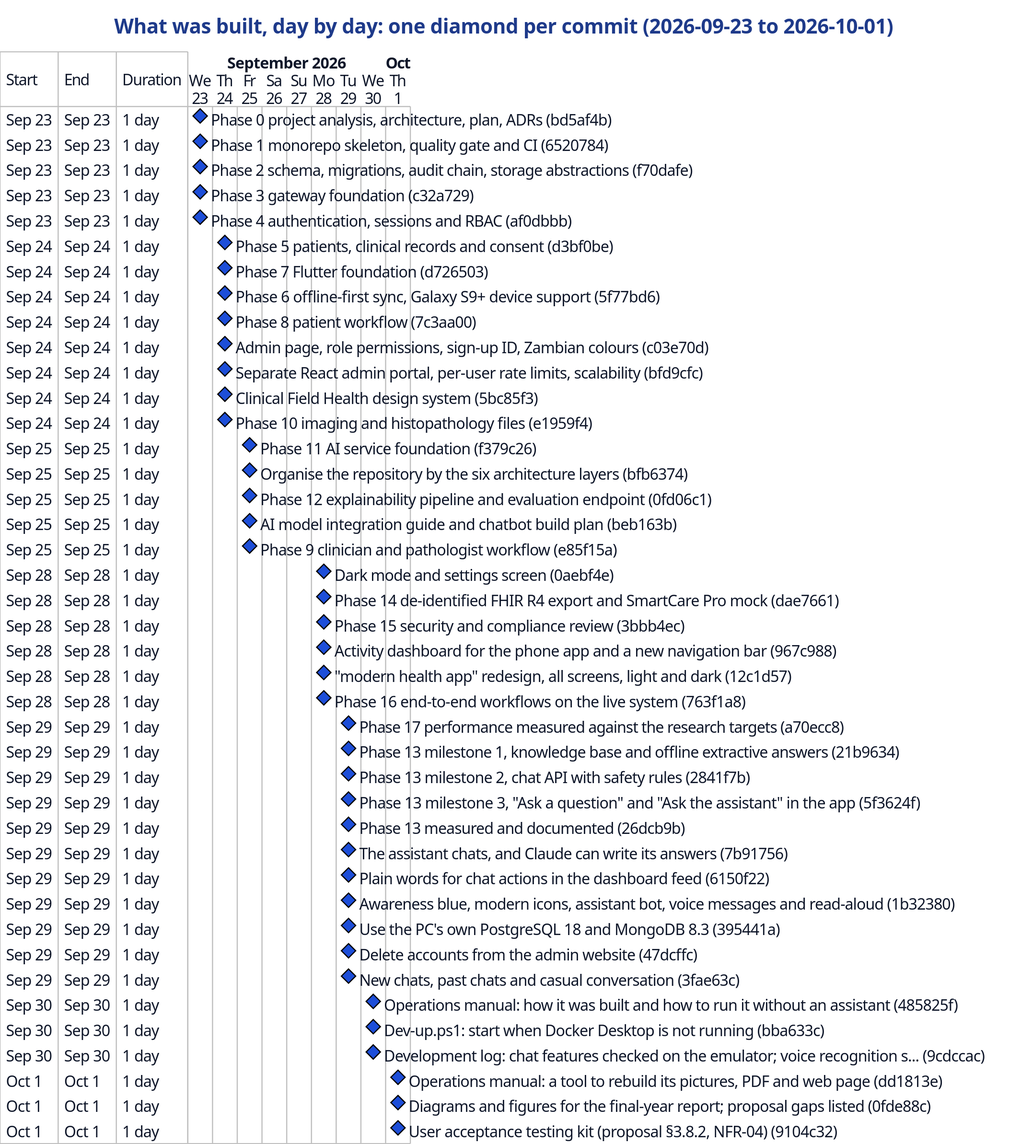
Above: docs/report/figures/gantt-actual.svg in deedeestephen/final-year-project (PlantUML), before the change.
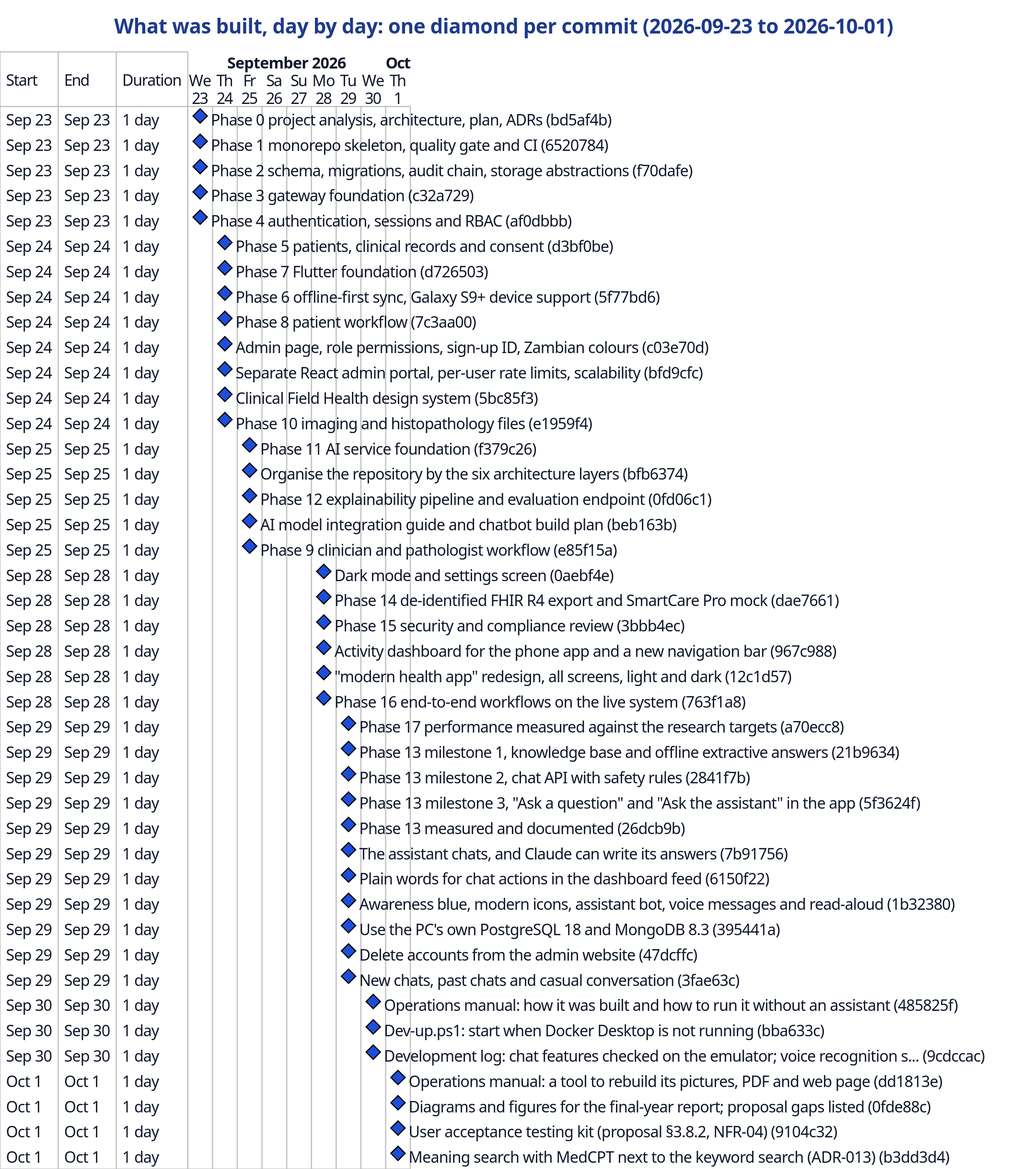
Later version of the same file.

Diff of the diagram source:
```diff
@@ -52,4 +52,5 @@
 [Operations manual: a tool to rebuild its pictures, PDF and web page (dd1813e)] happens 2026-10-01
 [Diagrams and figures for the final-year report; proposal gaps listed (0fde88c)] happens 2026-10-01
 [User acceptance testing kit (proposal §3.8.2, NFR-04) (9104c32)] happens 2026-10-01
+[Meaning search with MedCPT next to the keyword search (ADR-013) (b3dd3d4)] happens 2026-10-01
 @endgantt
```
